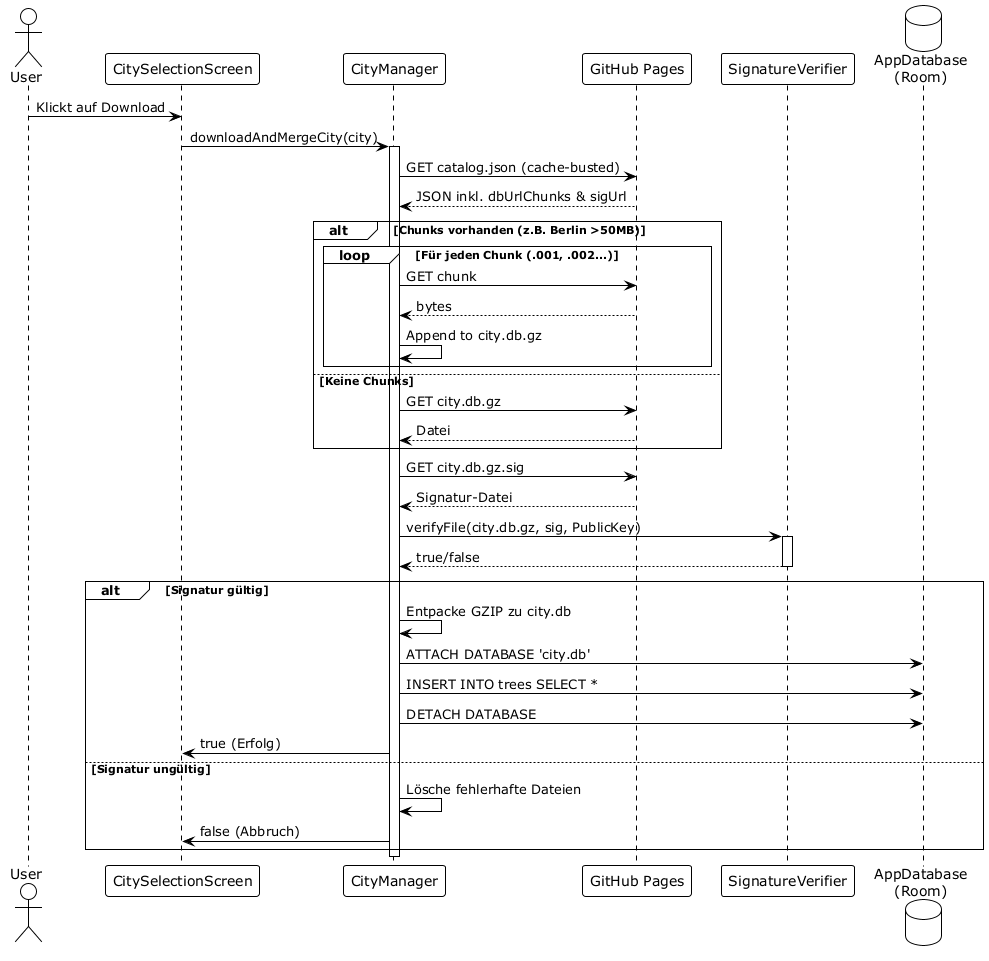
The PlantUML diagram docs/architecture/03_app_sync.png in matthili/BaumRadar, before a commit.
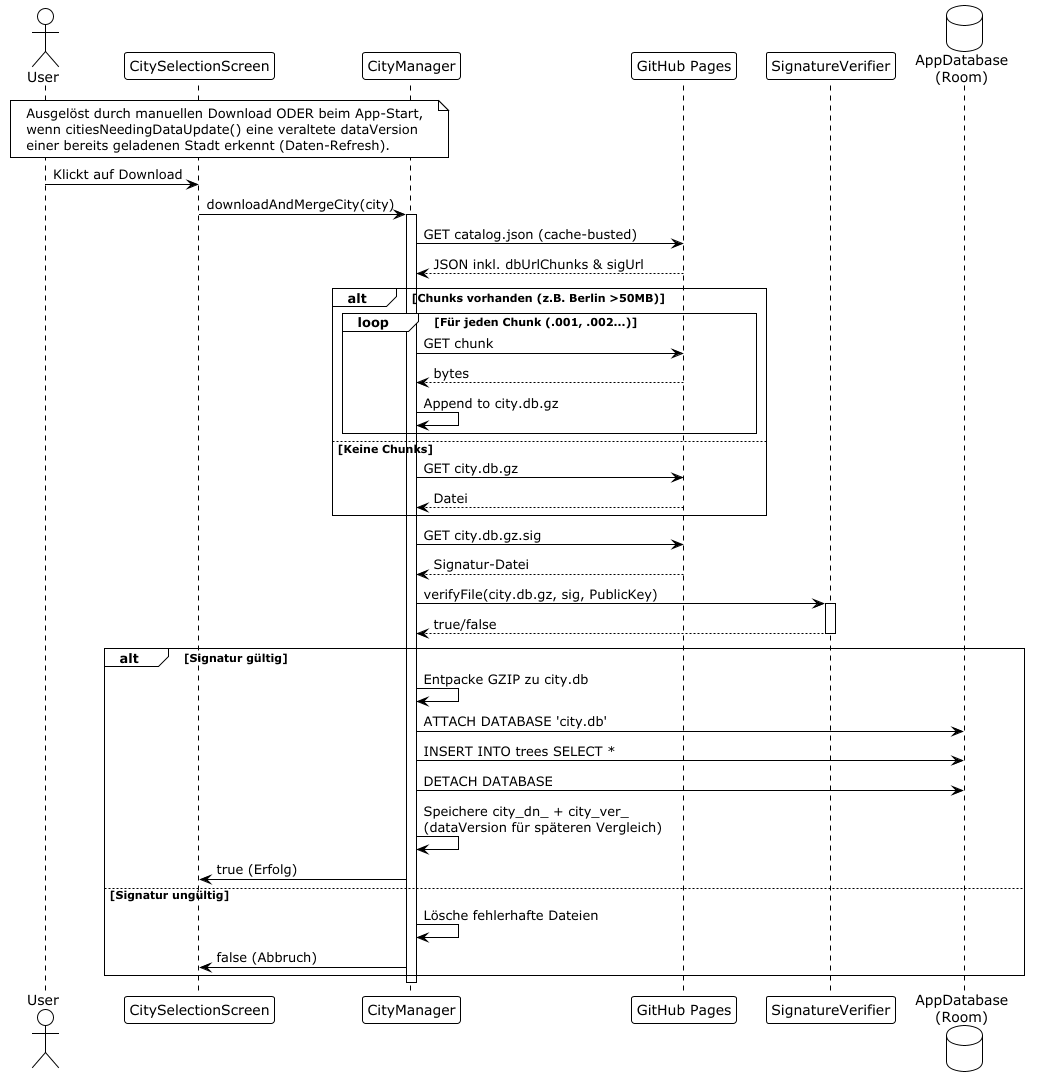
Above is the later version.

Change to the diagram source:
```diff
@@ -6,6 +6,12 @@
 participant "GitHub Pages" as Host
 participant "SignatureVerifier" as Crypto
 database "AppDatabase\n(Room)" as DB
+
+note over User, Manager
+  Ausgelöst durch manuellen Download ODER beim App-Start,
+  wenn citiesNeedingDataUpdate() eine veraltete dataVersion
+  einer bereits geladenen Stadt erkennt (Daten-Refresh).
+end note
 
 User -> UI : Klickt auf Download
 UI -> Manager : downloadAndMergeCity(city)
@@ -38,6 +44,7 @@
   Manager -> DB : ATTACH DATABASE 'city.db'
   Manager -> DB : INSERT INTO trees SELECT *
   Manager -> DB : DETACH DATABASE
+  Manager -> Manager : Speichere city_dn_ + city_ver_\n(dataVersion für späteren Vergleich)
   Manager -> UI : true (Erfolg)
 else Signatur ungültig
   Manager -> Manager : Lösche fehlerhafte Dateien
```
